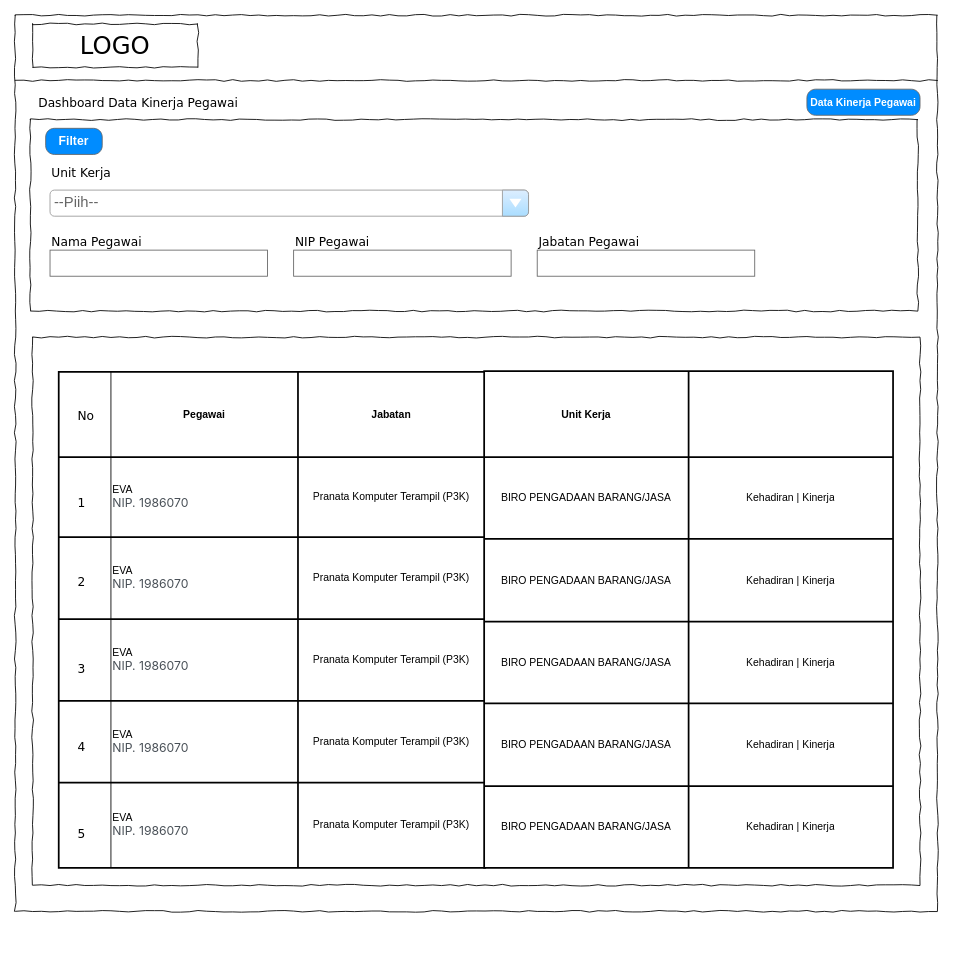
Above: Untitled Diagram kinerja.drawio in reezham/blog (draw.io), before the change. Source tidied: cells renumbered, new cells numbered last; positions are measured from the earlier drawing's top-left corner, leaving out a move shared by most shapes. Both pictures are drawn from the tidied source at 87%, with x=0, y=0 at pixel (15, 15).
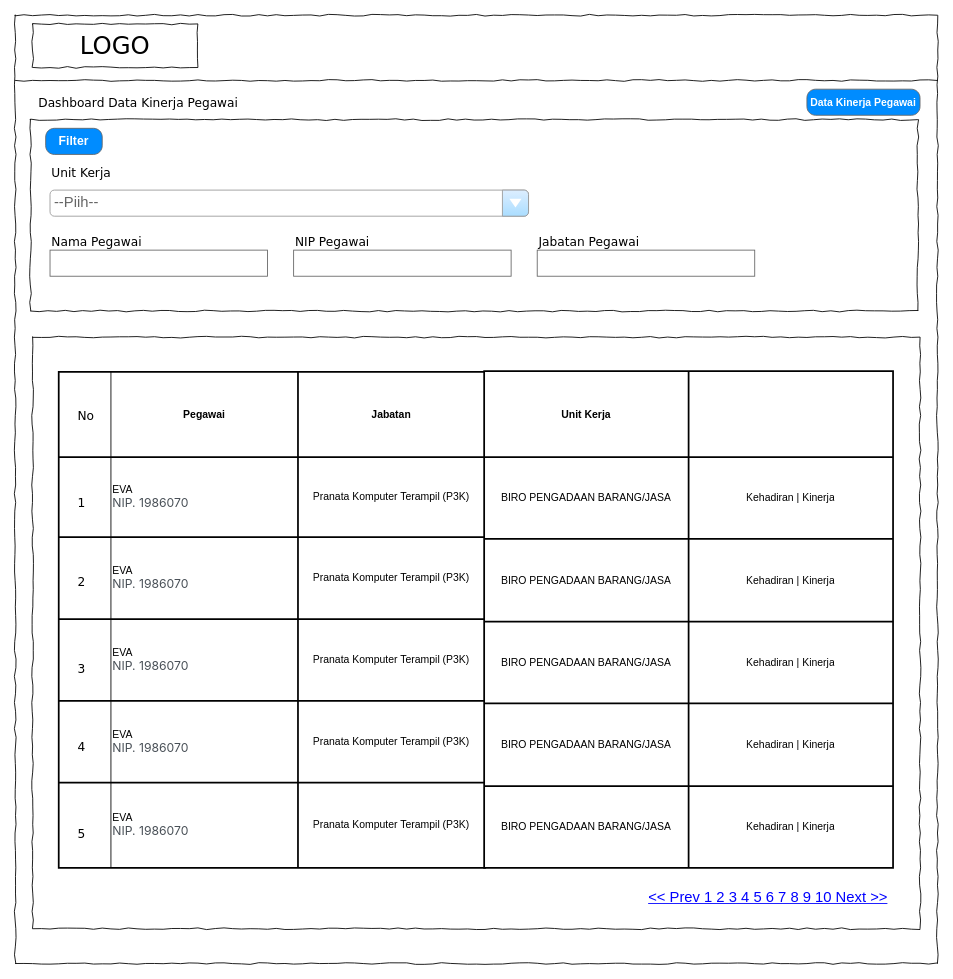
Above is the later version.

What changed in the source:
```diff
@@
     <mxCell id="2" style="whiteSpace=wrap;html=1;rounded=0;shadow=0;labelBackgroundColor=none;strokeColor=#000000;strokeWidth=1;fillColor=none;fontFamily=Verdana;fontSize=12;fontColor=#000000;align=center;comic=1;" parent="1" vertex="1">
-      <mxGeometry width="1060" height="1030" as="geometry" />
+      <mxGeometry width="1060" height="1090" as="geometry" />
     </mxCell>
@@
     <mxCell id="17" style="whiteSpace=wrap;html=1;rounded=0;shadow=0;labelBackgroundColor=none;strokeWidth=1;fillColor=none;fontFamily=Verdana;fontSize=12;align=center;comic=1;" parent="1" vertex="1">
-      <mxGeometry x="20" y="370" width="1020" height="630" as="geometry" />
+      <mxGeometry x="20" y="370" width="1020" height="680" as="geometry" />
     </mxCell>
@@
+    <mxCell id="62" value="&lt;&lt; Prev 1 2 3 4 5 6 7 8 9 10 Next &gt;&gt;" style="strokeWidth=1;shadow=0;dashed=0;align=center;html=1;shape=mxgraph.mockup.navigation.pagination;linkText=;fontSize=17;fontColor=#0000ff;fontStyle=4;" parent="1" vertex="1">
+      <mxGeometry x="690" y="1000" width="350" height="30" as="geometry" />
+    </mxCell>
```
